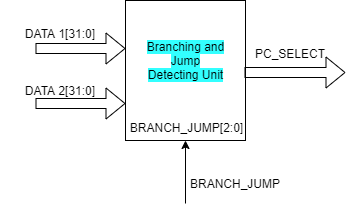
Before: images/hardware_units/bj_unit/bj_unit.png, a diagram exported from draw.io (cepdnaclk/e16-co502-RV32IM-pipeline-implementation-group1). Source tidied: cells renumbered, new cells last; positions are measured from the earlier drawing's top-left corner, leaving out a move shared by most shapes.
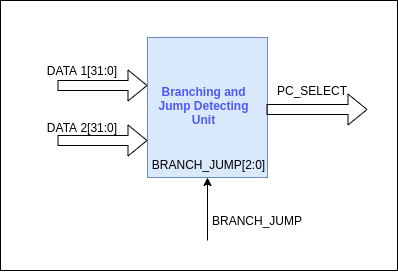
After the commit.

What changed in the source:
```diff
@@ -2,49 +2,55 @@
   <root>
     <mxCell id="0" />
     <mxCell id="1" parent="0" />
-    <mxCell id="2" style="rounded=0;whiteSpace=wrap;html=1;align=center;" parent="1" vertex="1">
-      <mxGeometry x="125" width="120" height="140" as="geometry" />
+    <mxCell id="2" style="group;" parent="1" vertex="1">
+      <mxGeometry x="125" width="397" height="270" as="geometry" />
     </mxCell>
-    <mxCell id="3" style="endArrow=classic;html=1;entryX=0.5;entryY=1;entryDx=0;entryDy=0;" parent="1" edge="1" target="2">
-      <mxGeometry relative="1" as="geometry">
-        <mxPoint x="185" y="203" as="sourcePoint" />
-      </mxGeometry>
+    <mxCell id="3" style="rounded=0;whiteSpace=wrap;html=1;" parent="2" vertex="1">
+      <mxGeometry width="397" height="270" as="geometry" />
     </mxCell>
-    <mxCell id="4" value="PC_SELECT" style="text;html=1;strokeColor=none;fillColor=none;align=center;verticalAlign=middle;whiteSpace=wrap;rounded=0;" parent="1" vertex="1">
-      <mxGeometry x="230" y="43" width="120" height="20" as="geometry" />
+    <mxCell id="4" style="rounded=0;whiteSpace=wrap;html=1;align=center;fillColor=#dae8fc;strokeColor=#6c8ebf;" parent="2" vertex="1">
+      <mxGeometry x="147" y="37" width="120" height="140" as="geometry" />
     </mxCell>
-    <mxCell id="5" value="BRANCH_JUMP" style="text;html=1;strokeColor=none;fillColor=none;align=center;verticalAlign=middle;whiteSpace=wrap;rounded=0;" parent="1" vertex="1">
-      <mxGeometry x="175" y="173" width="120" height="20" as="geometry" />
+    <mxCell id="5" style="endArrow=classic;html=1;entryX=0.5;entryY=1;entryDx=0;entryDy=0;" parent="2" edge="1" target="4">
+      <mxGeometry relative="1" as="geometry">
+        <mxPoint x="207" y="240" as="sourcePoint" />
+      </mxGeometry>
     </mxCell>
-    <mxCell id="6" value="&lt;span style=&quot;background-color: rgb(51 , 255 , 255)&quot;&gt;Branching and Jump Detecting Unit&lt;/span&gt;" style="text;html=1;strokeColor=none;fillColor=none;align=center;verticalAlign=middle;whiteSpace=wrap;rounded=0;" parent="1" vertex="1">
-      <mxGeometry x="142.5" y="40" width="85" height="40" as="geometry" />
+    <mxCell id="6" value="PC_SELECT" style="text;html=1;strokeColor=none;fillColor=none;align=center;verticalAlign=middle;whiteSpace=wrap;rounded=0;" parent="2" vertex="1">
+      <mxGeometry x="252" y="80" width="120" height="20" as="geometry" />
     </mxCell>
-    <mxCell id="7" value="BRANCH_JUMP[2:0]" style="text;html=1;strokeColor=none;fillColor=none;align=center;verticalAlign=middle;whiteSpace=wrap;rounded=0;" parent="1" vertex="1">
-      <mxGeometry x="129" y="113" width="115" height="27" as="geometry" />
+    <mxCell id="7" value="BRANCH_JUMP" style="text;html=1;strokeColor=none;fillColor=none;align=center;verticalAlign=middle;whiteSpace=wrap;rounded=0;" parent="2" vertex="1">
+      <mxGeometry x="197" y="210" width="120" height="20" as="geometry" />
     </mxCell>
-    <mxCell id="8" value="DATA 1[31:0]" style="text;html=1;strokeColor=none;fillColor=none;align=center;verticalAlign=middle;whiteSpace=wrap;rounded=0;" parent="1" vertex="1">
-      <mxGeometry y="23" width="120" height="20" as="geometry" />
+    <mxCell id="8" value="&lt;font color=&quot;#4d58ff&quot;&gt;&lt;b&gt;Branching and Jump Detecting Unit&lt;/b&gt;&lt;/font&gt;" style="text;html=1;strokeColor=none;fillColor=none;align=center;verticalAlign=middle;whiteSpace=wrap;rounded=0;" parent="2" vertex="1">
+      <mxGeometry x="157" y="80" width="92.5" height="50" as="geometry" />
     </mxCell>
-    <mxCell id="9" value="DATA 2[31:0]" style="text;html=1;strokeColor=none;fillColor=none;align=center;verticalAlign=middle;whiteSpace=wrap;rounded=0;" parent="1" vertex="1">
-      <mxGeometry y="80" width="120" height="20" as="geometry" />
+    <mxCell id="9" value="BRANCH_JUMP[2:0]" style="text;html=1;strokeColor=none;fillColor=none;align=center;verticalAlign=middle;whiteSpace=wrap;rounded=0;" parent="2" vertex="1">
+      <mxGeometry x="151" y="150" width="115" height="27" as="geometry" />
     </mxCell>
-    <mxCell id="10" style="shape=flexArrow;endArrow=classic;html=1;" parent="1" edge="1">
-      <mxGeometry relative="1" as="geometry">
-        <mxPoint x="35" y="48" as="sourcePoint" />
-        <mxPoint x="125" y="48" as="targetPoint" />
-      </mxGeometry>
+    <mxCell id="10" value="DATA 1[31:0]" style="text;html=1;strokeColor=none;fillColor=none;align=center;verticalAlign=middle;whiteSpace=wrap;rounded=0;" parent="2" vertex="1">
+      <mxGeometry x="22" y="60" width="120" height="20" as="geometry" />
     </mxCell>
-    <mxCell id="11" style="shape=flexArrow;endArrow=classic;html=1;" parent="1" edge="1">
-      <mxGeometry relative="1" as="geometry">
-        <mxPoint x="35" y="103" as="sourcePoint" />
-        <mxPoint x="125" y="103" as="targetPoint" />
-      </mxGeometry>
+    <mxCell id="11" value="DATA 2[31:0]" style="text;html=1;strokeColor=none;fillColor=none;align=center;verticalAlign=middle;whiteSpace=wrap;rounded=0;" parent="2" vertex="1">
+      <mxGeometry x="22" y="117" width="120" height="20" as="geometry" />
     </mxCell>
-    <mxCell id="12" style="shape=flexArrow;endArrow=classic;html=1;" parent="1" edge="1">
+    <mxCell id="12" style="shape=flexArrow;endArrow=classic;html=1;" parent="2" edge="1">
       <mxGeometry relative="1" as="geometry">
-        <mxPoint x="244" y="72" as="sourcePoint" />
-        <mxPoint x="345" y="72" as="targetPoint" />
+        <mxPoint x="57" y="85" as="sourcePoint" />
+        <mxPoint x="147" y="85" as="targetPoint" />
       </mxGeometry>
     </mxCell>
+    <mxCell id="13" style="shape=flexArrow;endArrow=classic;html=1;" parent="2" edge="1">
+      <mxGeometry relative="1" as="geometry">
+        <mxPoint x="57" y="140" as="sourcePoint" />
+        <mxPoint x="147" y="140" as="targetPoint" />
+      </mxGeometry>
+    </mxCell>
+    <mxCell id="14" style="shape=flexArrow;endArrow=classic;html=1;" parent="2" edge="1">
+      <mxGeometry relative="1" as="geometry">
+        <mxPoint x="266" y="109" as="sourcePoint" />
+        <mxPoint x="367" y="109" as="targetPoint" />
+      </mxGeometry>
+    </mxCell>
   </root>
 </mxGraphModel>
```
